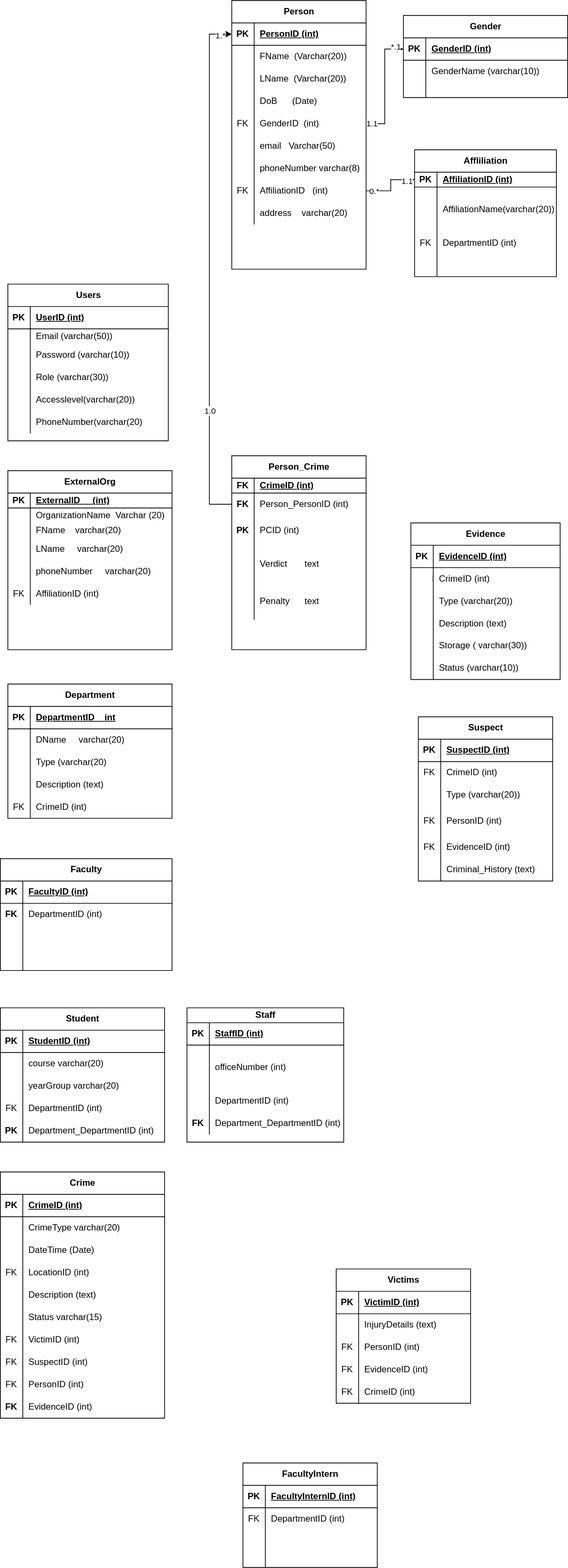
Priscile2/Diagrams keeps this draw.io diagram as Untitled Diagram.drawio.svg. Above is the earlier version. Source tidied: cells renumbered, new cells last; positions are measured from the earlier drawing's top-left corner, leaving out a move shared by most shapes.
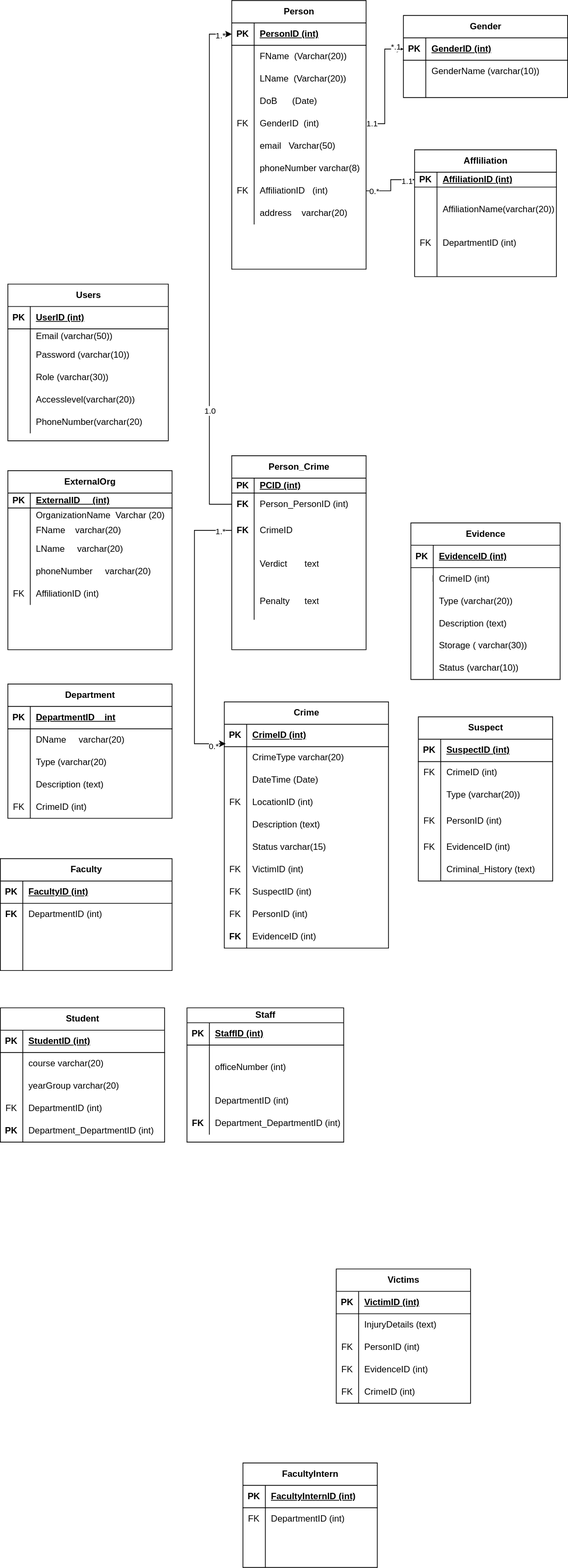
After the commit.

Diff of the diagram source:
```diff
@@ -293,10 +293,10 @@
     <mxCell id="98" style="shape=tableRow;horizontal=0;startSize=0;swimlaneHead=0;swimlaneBody=0;fillColor=none;top=0;left=0;right=0;bottom=1;" parent="97" vertex="1">
       <mxGeometry y="30" width="180" height="20" as="geometry" />
     </mxCell>
-    <mxCell id="99" value="FK" style="shape=partialRectangle;fillColor=none;top=0;left=0;bottom=0;right=0;fontStyle=1;overflow=hidden;whiteSpace=wrap;html=1;" parent="98" vertex="1">
+    <mxCell id="99" value="PK" style="shape=partialRectangle;fillColor=none;top=0;left=0;bottom=0;right=0;fontStyle=1;overflow=hidden;whiteSpace=wrap;html=1;" parent="98" vertex="1">
       <mxGeometry width="30" height="20" as="geometry" />
     </mxCell>
-    <mxCell id="100" value="CrimeID (int)" style="shape=partialRectangle;fillColor=none;top=0;left=0;bottom=0;right=0;align=left;spacingLeft=6;fontStyle=5;overflow=hidden;whiteSpace=wrap;html=1;" parent="98" vertex="1">
+    <mxCell id="100" value="PCID (int)" style="shape=partialRectangle;fillColor=none;top=0;left=0;bottom=0;right=0;align=left;spacingLeft=6;fontStyle=5;overflow=hidden;whiteSpace=wrap;html=1;" parent="98" vertex="1">
       <mxGeometry x="30" width="150" height="20" as="geometry" />
     </mxCell>
     <mxCell id="101" style="shape=tableRow;horizontal=0;startSize=0;swimlaneHead=0;swimlaneBody=0;fillColor=none;points=[[0,0.5],[1,0.5]];portConstraint=eastwest;top=0;left=0;right=0;bottom=0;" parent="97" vertex="1">
@@ -311,10 +311,10 @@
     <mxCell id="104" style="shape=tableRow;horizontal=0;startSize=0;swimlaneHead=0;swimlaneBody=0;fillColor=none;points=[[0,0.5],[1,0.5]];portConstraint=eastwest;top=0;left=0;right=0;bottom=0;" parent="97" vertex="1">
       <mxGeometry y="80" width="180" height="40" as="geometry" />
     </mxCell>
-    <mxCell id="105" value="&lt;b&gt;PK&lt;/b&gt;" style="shape=partialRectangle;fillColor=none;top=0;left=0;bottom=0;right=0;overflow=hidden;whiteSpace=wrap;html=1;" parent="104" vertex="1">
+    <mxCell id="105" value="&lt;b&gt;FK&lt;/b&gt;" style="shape=partialRectangle;fillColor=none;top=0;left=0;bottom=0;right=0;overflow=hidden;whiteSpace=wrap;html=1;" parent="104" vertex="1">
       <mxGeometry width="30" height="40" as="geometry" />
     </mxCell>
-    <mxCell id="106" value="PCID (int)" style="shape=partialRectangle;fillColor=none;top=0;left=0;bottom=0;right=0;align=left;spacingLeft=6;overflow=hidden;whiteSpace=wrap;html=1;" parent="104" vertex="1">
+    <mxCell id="106" value="CrimeID" style="shape=partialRectangle;fillColor=none;top=0;left=0;bottom=0;right=0;align=left;spacingLeft=6;overflow=hidden;whiteSpace=wrap;html=1;" parent="104" vertex="1">
       <mxGeometry x="30" width="150" height="40" as="geometry" />
     </mxCell>
     <mxCell id="107" style="shape=tableRow;horizontal=0;startSize=0;swimlaneHead=0;swimlaneBody=0;fillColor=none;top=0;left=0;right=0;bottom=0;" parent="97" vertex="1">
@@ -576,7 +576,7 @@
       <mxGeometry x="30" width="185" height="30" as="geometry" />
     </mxCell>
     <mxCell id="193" value="Crime" style="shape=table;startSize=30;rowLines=0;fontStyle=1;align=center;html=1;" parent="1" vertex="1">
-      <mxGeometry y="1570" width="220" height="330" as="geometry" />
+      <mxGeometry x="300" y="940" width="220" height="330" as="geometry" />
     </mxCell>
     <mxCell id="194" style="shape=tableRow;horizontal=0;startSize=0;swimlaneHead=0;swimlaneBody=0;fillColor=none;points=[[0,0.5],[1,0.5]];portConstraint=eastwest;top=0;left=0;right=0;bottom=1;" parent="193" vertex="1">
       <mxGeometry y="30" width="220" height="30" as="geometry" />
@@ -816,5 +816,18 @@
     <mxCell id="271" value="1.0" style="edgeLabel;html=1;align=center;verticalAlign=middle;" parent="269" vertex="1">
       <mxGeometry x="-0.55" relative="1" as="geometry" />
     </mxCell>
+    <mxCell id="272" style="edgeStyle=elbowEdgeStyle;rounded=0;jettySize=auto;html=1;exitX=0;exitY=0.5;exitDx=0;exitDy=0;entryX=0.009;entryY=0.867;entryDx=0;entryDy=0;entryPerimeter=0;" parent="1" edge="1" source="104" target="194">
+      <mxGeometry relative="1" as="geometry">
+        <Array as="points">
+          <mxPoint x="260" y="900" />
+        </Array>
+      </mxGeometry>
+    </mxCell>
+    <mxCell id="273" value="1.*" style="edgeLabel;html=1;align=center;verticalAlign=middle;" parent="272" vertex="1">
+      <mxGeometry x="-0.92" y="1" relative="1" as="geometry" />
+    </mxCell>
+    <mxCell id="274" value="0.*" style="edgeLabel;html=1;align=center;verticalAlign=middle;" parent="272" vertex="1">
+      <mxGeometry x="0.92" y="-3" relative="1" as="geometry" />
+    </mxCell>
   </root>
 </mxGraphModel>
```
